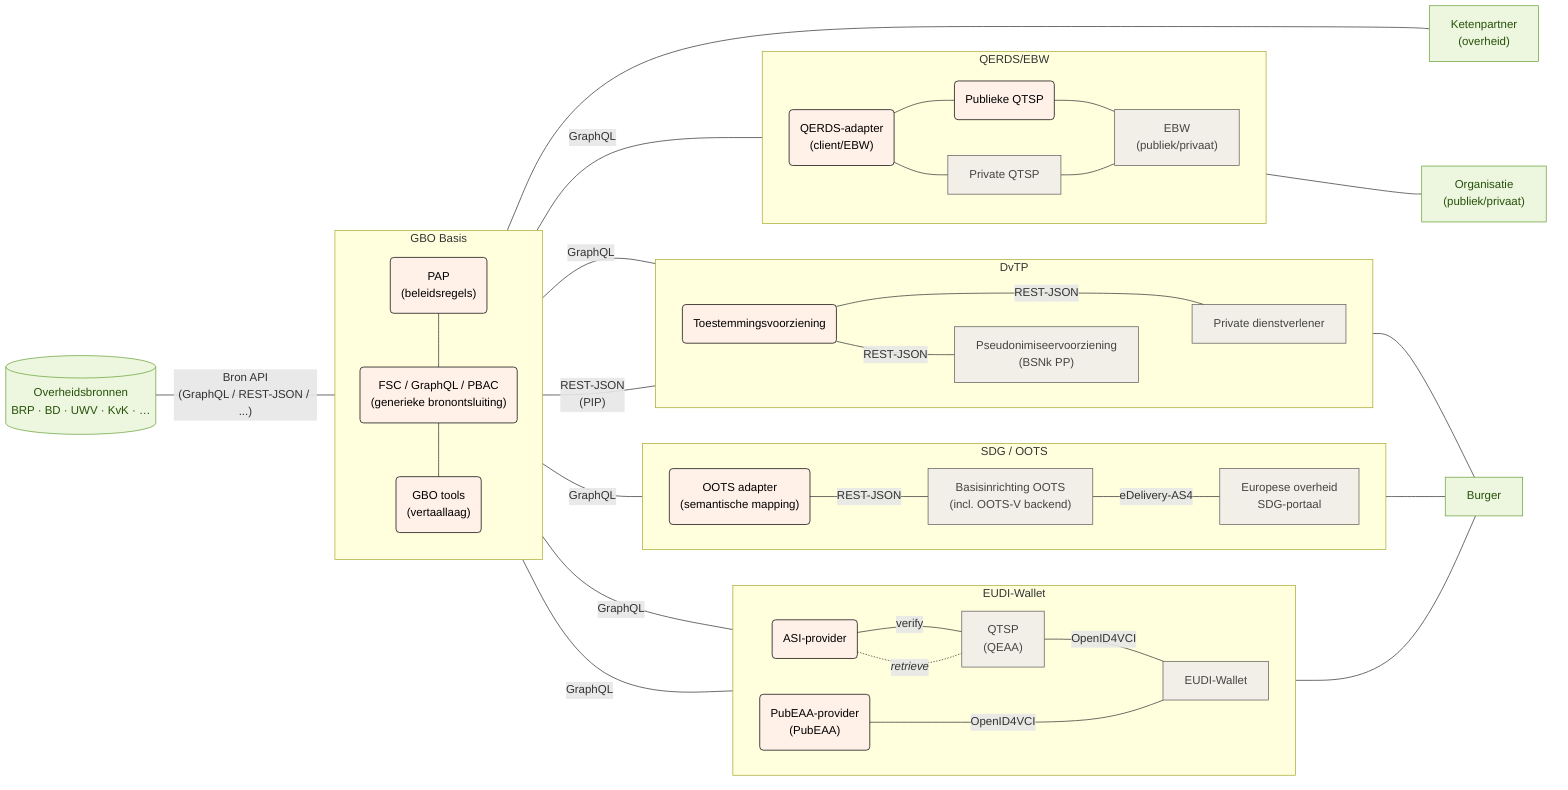
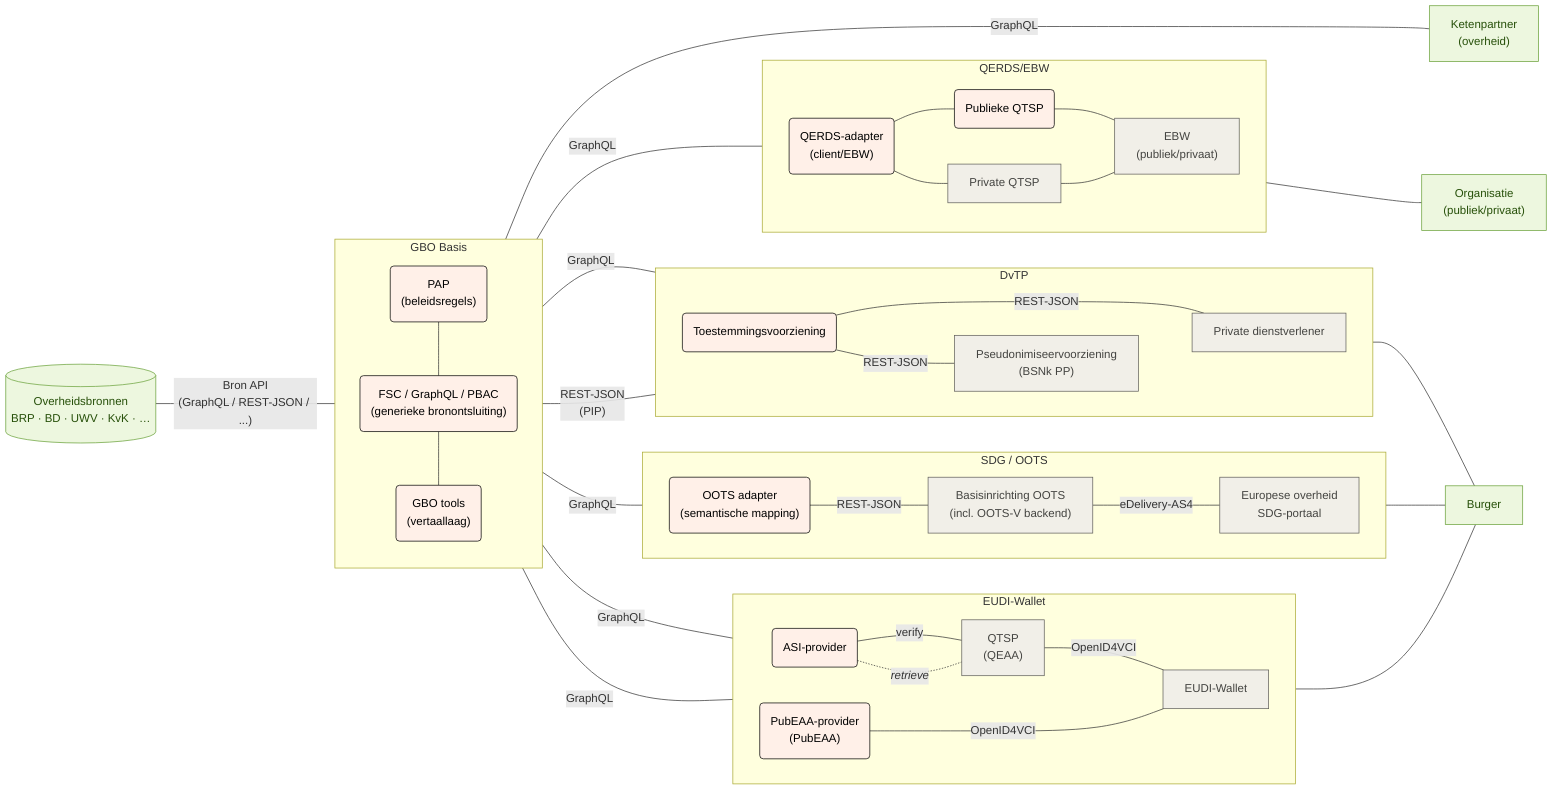
flowchart LR
  subgraph gbo["GBO Basis"]
    direction TB
        fsc_pap("PAP<br/>(beleidsregels)")
        fsc("FSC / GraphQL / PBAC<br/>(generieke bronontsluiting)")
        fsc_tools("GBO tools<br/>(vertaallaag)")
  end
  subgraph eudi["EUDI-Wallet"]
    direction LR
        eudi_asi("ASI-provider")
        eudi_pubeaa("PubEAA-provider<br/>(PubEAA)")
        eudi_qeaa["QTSP<br/>(QEAA)"]
        eudi_wallet["EUDI-Wallet"]
  end
  subgraph oots["SDG / OOTS"]
    direction LR
        oots_adapter("OOTS adapter<br/>(semantische mapping)")
        oots_basis["Basisinrichting OOTS<br/>(incl. OOTS-V backend)"]
        oots_afnemer["Europese overheid<br/>SDG-portaal"]
  end
  subgraph dvtp["DvTP"]
    direction LR
        dvtp_toestemming("Toestemmingsvoorziening")
        dvtp_pseudoniem["Pseudonimiseervoorziening<br/>(BSNk PP)"]
        dvtp_afnemer["Private dienstverlener"]
  end
  subgraph ebw["QERDS/EBW"]
     direction LR
        ebw_qerds_adapter("QERDS-adapter<br/>(client/EBW)")
        ebw_pub_qtsp("Publieke QTSP")
        ebw_qtsp["Private QTSP"]
        ebw_wallet["EBW<br/>(publiek/privaat)"]
  end

  fsc_pap --- fsc
  fsc --- fsc_tools
  bron[("Overheidsbronnen<br/>BRP · BD · UWV · KvK · …")] -- Bron API<br/>(GraphQL / REST-JSON / ...) --- gbo
  eudi_asi -- verify --- eudi_qeaa
  eudi_asi -. "`*retrieve*`" .- eudi_qeaa
  eudi_qeaa -- OpenID4VCI --- eudi_wallet
  gbo -- GraphQL --- eudi_asi & eudi_pubeaa & oots_adapter & dvtp_afnemer & ebw_qerds_adapter
  eudi_pubeaa -- OpenID4VCI ---- eudi_wallet
  oots_adapter -- REST-JSON --- oots_basis
  oots_basis -- eDelivery-AS4 --- oots_afnemer
  gbo -- REST-JSON<br/>(PIP) --- dvtp_toestemming
  dvtp_toestemming -- REST-JSON --- dvtp_afnemer
  dvtp_toestemming -- REST-JSON --- dvtp_pseudoniem
  dvtp_pseudoniem ~~~ dvtp_afnemer
  ebw_qerds_adapter --- ebw_pub_qtsp --- ebw_wallet
  ebw_qerds_adapter --- ebw_qtsp --- ebw_wallet
  eudi_wallet --- burger["Burger"]
  oots_afnemer --- burger
  dvtp_afnemer --- burger
  ebw_wallet --- organisatie["Organisatie<br/>(publiek/privaat)"]
  ebw_wallet ~~~ overheid["Ketenpartner<br/>(overheid)"]
-   gbo  --- overheid["Ketenpartner<br/>(overheid)"]
+   gbo  -- GraphQL --- overheid["Ketenpartner<br/>(overheid)"]

  fsc_pap:::gbo
  fsc:::gbo
  fsc_tools:::gbo
  ebw_qerds_adapter:::gbo
  ebw_pub_qtsp:::gbo
  ebw_qtsp:::eudi
  ebw_wallet:::eudi
  eudi_asi:::gbo
  eudi_pubeaa:::gbo
  eudi_qeaa:::eudi
  eudi_wallet:::eudi
  oots_adapter:::gbo
  oots_basis:::oots
  oots_afnemer:::oots
  dvtp_toestemming:::gbo
  dvtp_pseudoniem:::dvtp
  dvtp_afnemer:::dvtp
  bron:::bron
  burger:::afnemer
  organisatie:::afnemer
  overheid:::afnemer

  classDef bron fill:#edf7df,stroke:#6aa13a,color:#27500a
  classDef generiek fill:#f1efe8,stroke:#5f5e5a,color:#444441
  classDef eudi fill:#f1efe8,stroke:#5f5e5a,color:#444441
  classDef oots fill:#f1efe8,stroke:#5f5e5a,color:#444441
  classDef dvtp fill:#f1efe8,stroke:#5f5e5a,color:#444441
  classDef overheid fill:#f1efe8,stroke:#5f5e5a,color:#444441
  classDef gbo fill:#fff0e8,stroke:#000000,color:#000000
  classDef gbo_opt fill:#FFF9F5,stroke:#9C9C9C,color:#9C9C9C
  classDef afnemer fill:#edf7df,stroke:#6aa13a,color:#27500a
